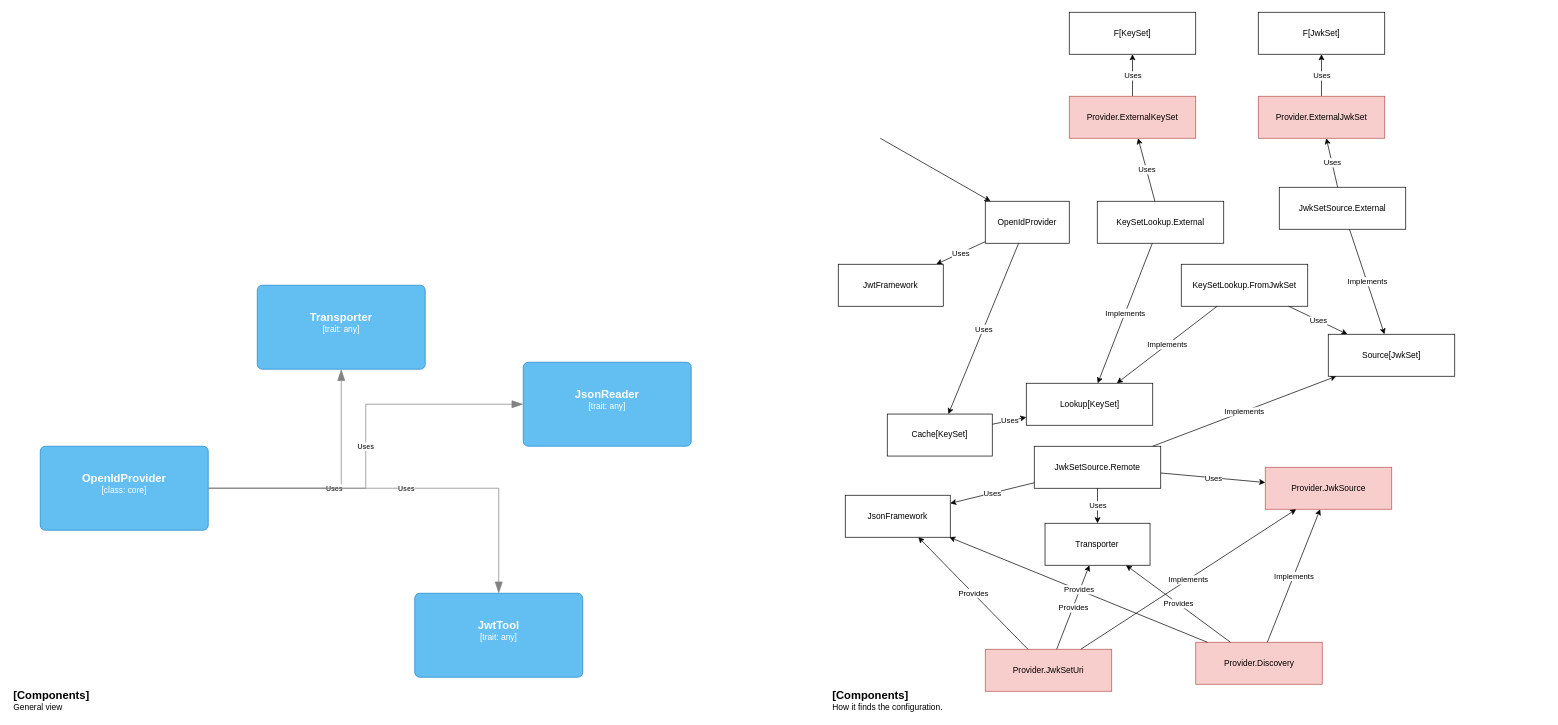
estrondo/moidc4s keeps this draw.io diagram as doc.drawio. Above is the earlier version. Source tidied: cells renumbered, new cells numbered last; positions are measured from the earlier drawing's top-left corner, leaving out a move shared by most shapes. Both pictures are drawn from the tidied source at 70%, with x=0, y=0 at pixel (12, 12).
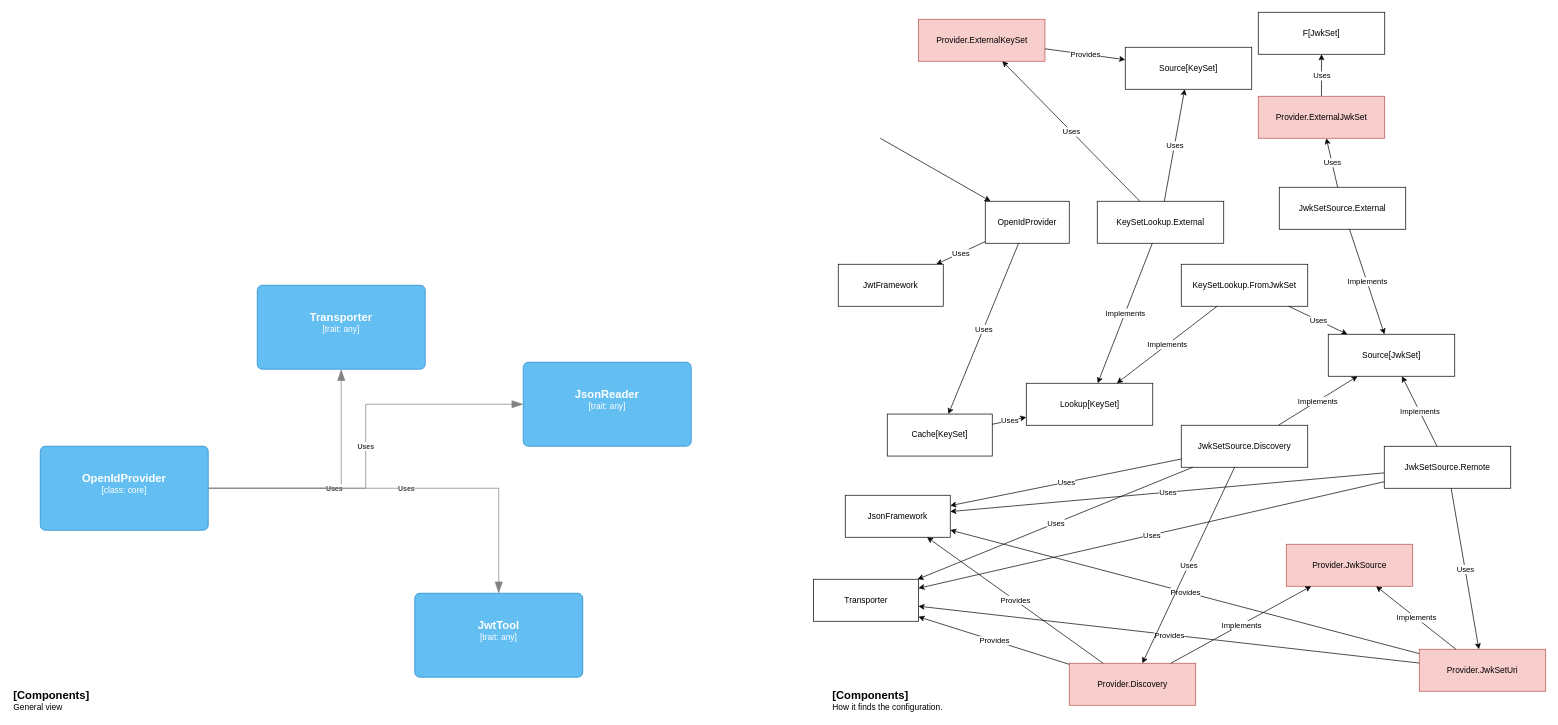
The same page after the edit.

The change refers to these unchanged cells:
```xml
<mxCell id="14" value="JsonFramework" style="rounded=0;whiteSpace=wrap;html=1;" parent="1" vertex="1">
  <mxGeometry x="1190" y="690" width="150" height="60" as="geometry" />
</mxCell>
<mxCell id="35" value="&lt;div&gt;KeySetLookup.External&lt;/div&gt;" style="rounded=0;whiteSpace=wrap;html=1;" parent="1" vertex="1">
  <mxGeometry x="1550" y="270" width="180.7" height="60" as="geometry" />
</mxCell>
<mxCell id="51" value="Source[JwkSet]" style="rounded=0;whiteSpace=wrap;html=1;" parent="1" vertex="1">
  <mxGeometry x="1880" y="460" width="180.7" height="60" as="geometry" />
</mxCell>
```

The edit, as a diff of the source:
```diff
@@
     <mxCell id="13" value="Transporter" style="rounded=0;whiteSpace=wrap;html=1;" parent="1" vertex="1">
-      <mxGeometry x="1475.4" y="730" width="150" height="60" as="geometry" />
+      <mxGeometry x="1144.6" y="810" width="150" height="60" as="geometry" />
     </mxCell>
@@
-    <mxCell id="22" value="JwkSetSource.Remote" style="rounded=0;whiteSpace=wrap;html=1;" parent="1" vertex="1">
-      <mxGeometry x="1460" y="620" width="180.7" height="60" as="geometry" />
+    <mxCell id="22" value="JwkSetSource.Discovery" style="rounded=0;whiteSpace=wrap;html=1;" parent="1" vertex="1">
+      <mxGeometry x="1670" y="590" width="180.7" height="60" as="geometry" />
     </mxCell>
@@
-    <mxCell id="38" value="F[KeySet]" style="rounded=0;whiteSpace=wrap;html=1;" parent="1" vertex="1">
-      <mxGeometry x="1510" width="180.7" height="60" as="geometry" />
-    </mxCell>
-    <mxCell id="39" style="endArrow=classic;html=1;rounded=0;" parent="1" edge="1" source="48" target="38">
-      <mxGeometry relative="1" as="geometry" />
-    </mxCell>
-    <mxCell id="40" value="Uses" style="edgeLabel;html=1;align=center;verticalAlign=middle;" parent="39" vertex="1">
-      <mxGeometry relative="1" as="geometry" />
-    </mxCell>
     <mxCell id="41" value="Provider.Discovery" style="rounded=0;whiteSpace=wrap;html=1;fillColor=#f8cecc;strokeColor=#b85450;" parent="1" vertex="1">
-      <mxGeometry x="1690.7" y="900" width="180.7" height="60" as="geometry" />
+      <mxGeometry x="1510" y="930" width="180.7" height="60" as="geometry" />
     </mxCell>
     <mxCell id="42" value="Provider.JwkSetUri" style="rounded=0;whiteSpace=wrap;html=1;fillColor=#f8cecc;strokeColor=#b85450;" parent="1" vertex="1">
-      <mxGeometry x="1390" y="910" width="180.7" height="60" as="geometry" />
+      <mxGeometry x="2010" y="910" width="180.7" height="60" as="geometry" />
     </mxCell>
-    <mxCell id="43" style="endArrow=classic;html=1;rounded=0;" parent="1" edge="1" source="22" target="59">
-      <mxGeometry relative="1" as="geometry" />
-    </mxCell>
-    <mxCell id="44" value="Uses" style="edgeLabel;html=1;align=center;verticalAlign=middle;" parent="43" vertex="1">
-      <mxGeometry relative="1" as="geometry" />
-    </mxCell>
@@
     <mxCell id="48" value="Provider.ExternalKeySet" style="rounded=0;whiteSpace=wrap;html=1;fillColor=#f8cecc;strokeColor=#b85450;" parent="1" vertex="1">
-      <mxGeometry x="1510" y="120" width="180.7" height="60" as="geometry" />
+      <mxGeometry x="1294.6" y="10" width="180.7" height="60" as="geometry" />
     </mxCell>
@@
     <mxCell id="59" value="Provider.JwkSource" style="rounded=0;whiteSpace=wrap;html=1;fillColor=#f8cecc;strokeColor=#b85450;" parent="1" vertex="1">
-      <mxGeometry x="1790" y="650" width="180.7" height="60" as="geometry" />
+      <mxGeometry x="1820" y="760" width="180.7" height="60" as="geometry" />
     </mxCell>
@@
-    <mxCell id="70" style="endArrow=classic;html=1;rounded=0;" parent="1" edge="1" source="42" target="14">
+    <mxCell id="70" style="endArrow=classic;html=1;rounded=0;flowAnimation=0;shadow=0;snapToPoint=0;noJump=0;comic=0;" parent="1" edge="1" source="42" target="14">
       <mxGeometry relative="1" as="geometry" />
     </mxCell>
@@
+    <mxCell id="72" value="Source[KeySet]" style="rounded=0;whiteSpace=wrap;html=1;" parent="1" vertex="1">
+      <mxGeometry x="1590" y="50" width="180.7" height="60" as="geometry" />
+    </mxCell>
+    <mxCell id="73" style="endArrow=classic;html=1;rounded=0;" parent="1" edge="1" source="35" target="72">
+      <mxGeometry relative="1" as="geometry" />
+    </mxCell>
+    <mxCell id="74" value="Uses" style="edgeLabel;html=1;align=center;verticalAlign=middle;" parent="73" vertex="1">
+      <mxGeometry relative="1" as="geometry" />
+    </mxCell>
+    <mxCell id="75" style="endArrow=classic;html=1;rounded=0;" parent="1" edge="1" source="48" target="72">
+      <mxGeometry relative="1" as="geometry" />
+    </mxCell>
+    <mxCell id="76" value="&lt;div&gt;Provides&lt;/div&gt;" style="edgeLabel;html=1;align=center;verticalAlign=middle;" parent="75" vertex="1">
+      <mxGeometry relative="1" as="geometry" />
+    </mxCell>
+    <mxCell id="77" style="endArrow=classic;html=1;rounded=0;" parent="1" edge="1" source="22" target="41">
+      <mxGeometry relative="1" as="geometry" />
+    </mxCell>
+    <mxCell id="78" value="Uses" style="edgeLabel;html=1;align=center;verticalAlign=middle;" parent="77" vertex="1">
+      <mxGeometry relative="1" as="geometry" />
+    </mxCell>
+    <mxCell id="79" value="JwkSetSource.Remote" style="rounded=0;whiteSpace=wrap;html=1;" parent="1" vertex="1">
+      <mxGeometry x="1960" y="620" width="180.7" height="60" as="geometry" />
+    </mxCell>
+    <mxCell id="80" style="endArrow=classic;html=1;rounded=0;" parent="1" edge="1" source="79" target="51">
+      <mxGeometry relative="1" as="geometry" />
+    </mxCell>
+    <mxCell id="81" value="&lt;div&gt;Implements&lt;/div&gt;" style="edgeLabel;html=1;align=center;verticalAlign=middle;" parent="80" vertex="1">
+      <mxGeometry relative="1" as="geometry" />
+    </mxCell>
+    <mxCell id="82" style="endArrow=classic;html=1;rounded=0;" parent="1" edge="1" source="79" target="13">
+      <mxGeometry relative="1" as="geometry" />
+    </mxCell>
+    <mxCell id="83" value="Uses" style="edgeLabel;html=1;align=center;verticalAlign=middle;" parent="82" vertex="1">
+      <mxGeometry relative="1" as="geometry" />
+    </mxCell>
+    <mxCell id="84" style="endArrow=classic;html=1;rounded=0;" parent="1" edge="1" source="79" target="14">
+      <mxGeometry relative="1" as="geometry" />
+    </mxCell>
+    <mxCell id="85" value="Uses" style="edgeLabel;html=1;align=center;verticalAlign=middle;" parent="84" vertex="1">
+      <mxGeometry relative="1" as="geometry" />
+    </mxCell>
+    <mxCell id="86" style="endArrow=classic;html=1;rounded=0;" parent="1" edge="1" source="79" target="42">
+      <mxGeometry relative="1" as="geometry" />
+    </mxCell>
+    <mxCell id="87" value="Uses" style="edgeLabel;html=1;align=center;verticalAlign=middle;" parent="86" vertex="1">
+      <mxGeometry relative="1" as="geometry" />
+    </mxCell>
```
